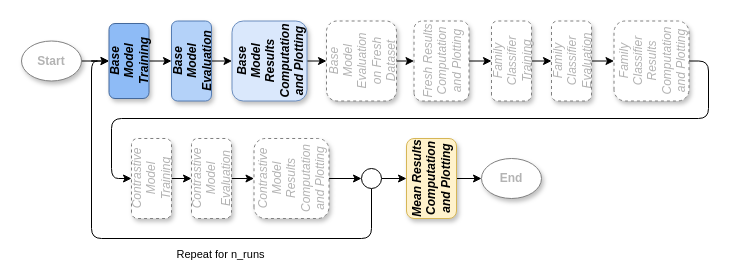
The draw.io diagram page "workflow_sorel" (2 of 18) of Thesis/images/workflow.drawio in cmikke97/Thesis, before the edit. Source tidied: cells renumbered, new cells numbered last; positions are measured from the earlier drawing's top-left corner, leaving out a move shared by most shapes. Both pictures are drawn from the tidied source at 100%, with x=0, y=0 at pixel (21, 23).
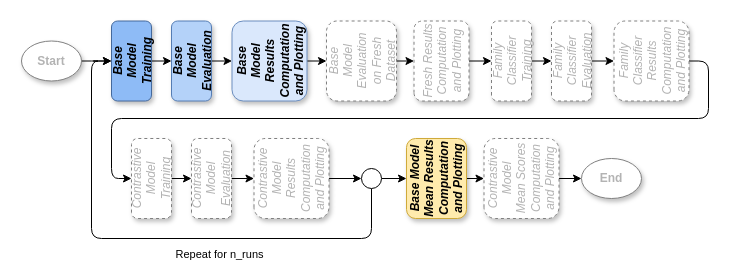
Above is the later version.

The change refers to these unchanged cells:
```xml
<mxCell id="32" style="ellipse;whiteSpace=wrap;html=1;" parent="1" vertex="1">
  <mxGeometry x="340" y="145" width="20" height="20" as="geometry" />
</mxCell>
```

Change to the diagram source:
```diff
@@
     <mxCell id="4" value="End" style="ellipse;whiteSpace=wrap;html=1;shadow=1;fontStyle=1;fontColor=#B3B3B3;fillColor=#FFFFFF;strokeColor=#808080;" parent="1" vertex="1">
-      <mxGeometry x="460" y="135" width="60" height="40" as="geometry" />
+      <mxGeometry x="560" y="135" width="60" height="40" as="geometry" />
     </mxCell>
@@
     <mxCell id="6" value="Base&lt;br&gt;Model&lt;br&gt;Training" style="rounded=1;whiteSpace=wrap;html=1;shadow=1;sketch=0;fontStyle=3;rotation=-90;fillColor=#8EBBF6;strokeColor=#44699C;" parent="1" vertex="1">
-      <mxGeometry x="70" y="17.5" width="75" height="40" as="geometry" />
+      <mxGeometry x="70" y="17.5" width="80" height="40" as="geometry" />
     </mxCell>
@@
-    <mxCell id="15" style="edgeStyle=orthogonalEdgeStyle;rounded=1;jettySize=auto;html=1;exitX=0.5;exitY=1;exitDx=0;exitDy=0;entryX=0;entryY=0.5;entryDx=0;entryDy=0;" parent="1" edge="1" source="16" target="4">
-      <mxGeometry relative="1" as="geometry" />
-    </mxCell>
-    <mxCell id="16" value="Mean Results&lt;br&gt;Computation&lt;br&gt;and Plotting" style="rounded=1;whiteSpace=wrap;html=1;shadow=1;sketch=0;fillColor=#fff2cc;strokeColor=#d6b656;fontStyle=3;rotation=-90;" parent="1" vertex="1">
-      <mxGeometry x="370" y="130" width="80" height="50" as="geometry" />
-    </mxCell>
+    <mxCell id="33" style="edgeStyle=orthogonalEdgeStyle;rounded=0;jettySize=auto;html=1;exitX=0.5;exitY=1;exitDx=0;exitDy=0;entryX=0.5;entryY=0;entryDx=0;entryDy=0;" parent="1" edge="1" source="34" target="37">
+      <mxGeometry relative="1" as="geometry" />
+    </mxCell>
+    <mxCell id="34" value="Base Model&lt;br&gt;Mean Results&lt;br&gt;Computation&lt;br&gt;and Plotting" style="rounded=1;whiteSpace=wrap;html=1;shadow=1;sketch=0;fontStyle=3;rotation=-90;fillColor=#FFEBAD;strokeColor=#CFAA3A;" parent="1" vertex="1">
+      <mxGeometry x="375" y="125" width="80" height="60" as="geometry" />
+    </mxCell>
@@
-    <mxCell id="29" style="edgeStyle=orthogonalEdgeStyle;rounded=0;jettySize=auto;html=1;exitX=1;exitY=0.5;exitDx=0;exitDy=0;entryX=0.5;entryY=0;entryDx=0;entryDy=0;" parent="1" edge="1" source="32" target="16">
-      <mxGeometry relative="1" as="geometry" />
-    </mxCell>
+    <mxCell id="35" style="edgeStyle=orthogonalEdgeStyle;rounded=0;jettySize=auto;html=1;exitX=1;exitY=0.5;exitDx=0;exitDy=0;entryX=0.5;entryY=0;entryDx=0;entryDy=0;" parent="1" edge="1" source="32" target="34">
+      <mxGeometry relative="1" as="geometry" />
+    </mxCell>
@@
+    <mxCell id="36" style="edgeStyle=orthogonalEdgeStyle;rounded=0;jettySize=auto;html=1;exitX=0.5;exitY=1;exitDx=0;exitDy=0;entryX=0;entryY=0.5;entryDx=0;entryDy=0;" parent="1" edge="1" source="37" target="4">
+      <mxGeometry relative="1" as="geometry" />
+    </mxCell>
+    <mxCell id="37" value="Contrastive Model&lt;br&gt;Mean Scores&lt;br&gt;Computation&lt;br&gt;and Plotting" style="rounded=1;whiteSpace=wrap;html=1;shadow=1;sketch=0;fontStyle=2;rotation=-90;dashed=1;fontColor=#B3B3B3;fillColor=#FFFFFF;strokeColor=#808080;" parent="1" vertex="1">
+      <mxGeometry x="460" y="117.5" width="80" height="75" as="geometry" />
+    </mxCell>
```
